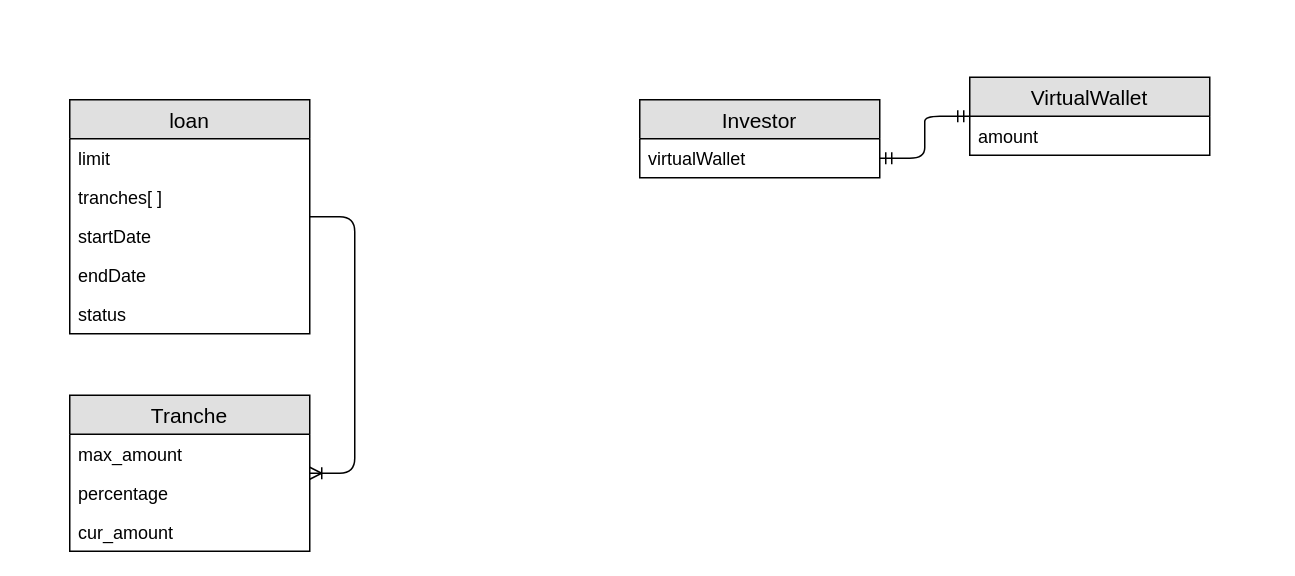
DGoncharovAim/leadInvest keeps this draw.io diagram as Classes diagrams from .drawio. Above is the earlier version. Source tidied: cells renumbered, new cells numbered last; positions are measured from the earlier drawing's top-left corner, leaving out a move shared by most shapes. Both pictures are drawn from the tidied source at 150%, with x=0, y=0 at pixel (69, 76).
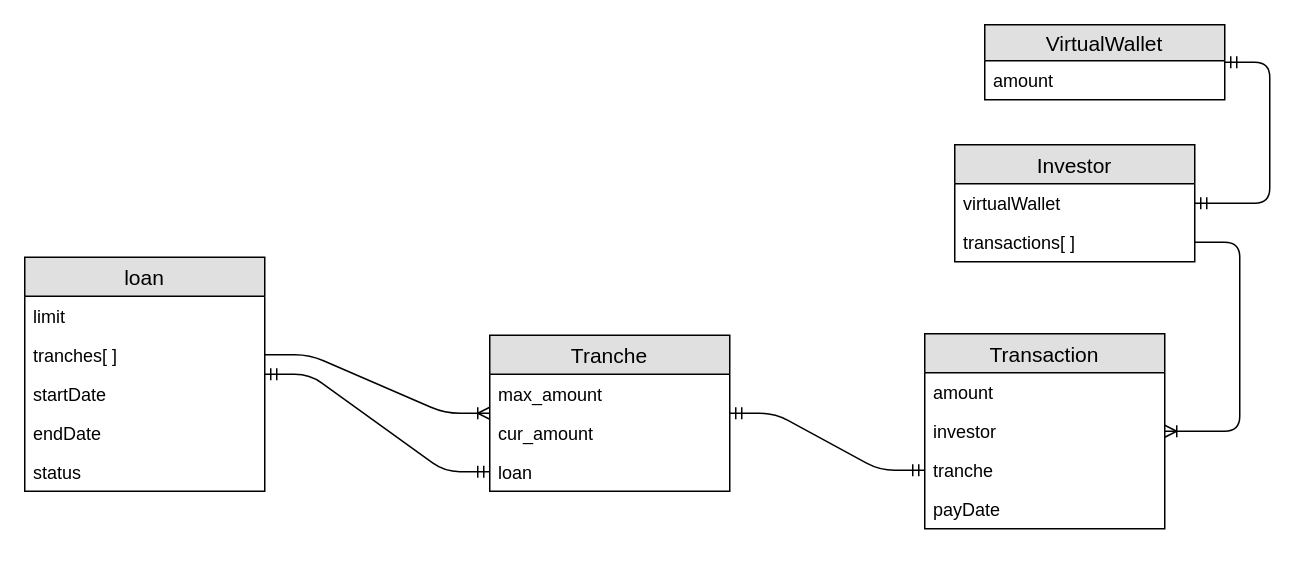
After the change.

Commit message (it also covers changes not shown here):
Add payment methods for tranche

Unchanged cells that the change refers to:
```xml
<mxCell id="4" value="tranches[ ]" style="text;strokeColor=none;fillColor=none;spacingLeft=4;spacingRight=4;overflow=hidden;points=[[0,0.5],[1,0.5]];portConstraint=eastwest;fontSize=12;" parent="2" vertex="1">
  <mxGeometry y="52" width="160" height="26" as="geometry" />
</mxCell>
```

The edit, as a diff of the source:
```diff
@@
     <mxCell id="2" value="loan" style="swimlane;fontStyle=0;horizontal=1;startSize=26;fillColor=#e0e0e0;swimlaneFillColor=#ffffff;align=center;fontSize=14;" parent="1" vertex="1">
-      <mxGeometry y="15" width="160" height="156" as="geometry" />
+      <mxGeometry x="-30" y="120" width="160" height="156" as="geometry" />
     </mxCell>
@@
     <mxCell id="8" value="Investor" style="swimlane;fontStyle=0;horizontal=1;startSize=26;fillColor=#e0e0e0;swimlaneFillColor=#ffffff;align=center;fontSize=14;" parent="1" vertex="1">
-      <mxGeometry x="380" y="15" width="160" height="52" as="geometry" />
+      <mxGeometry x="590" y="45" width="160" height="78" as="geometry" />
     </mxCell>
@@
+    <mxCell id="12" value="transactions[ ]" style="text;strokeColor=none;fillColor=none;spacingLeft=4;spacingRight=4;overflow=hidden;points=[[0,0.5],[1,0.5]];portConstraint=eastwest;fontSize=12;" parent="8" vertex="1">
+      <mxGeometry y="52" width="160" height="26" as="geometry" />
+    </mxCell>
     <mxCell id="10" value="Tranche" style="swimlane;fontStyle=0;horizontal=1;startSize=26;fillColor=#e0e0e0;swimlaneFillColor=#ffffff;align=center;fontSize=14;" parent="1" vertex="1">
-      <mxGeometry y="212" width="160" height="104" as="geometry" />
+      <mxGeometry x="280" y="172" width="160" height="104" as="geometry" />
     </mxCell>
@@
-    <mxCell id="12" value="percentage" style="text;strokeColor=none;fillColor=none;spacingLeft=4;spacingRight=4;overflow=hidden;points=[[0,0.5],[1,0.5]];portConstraint=eastwest;fontSize=12;" parent="10" vertex="1">
-      <mxGeometry y="52" width="160" height="26" as="geometry" />
-    </mxCell>
     <mxCell id="13" value="cur_amount" style="text;strokeColor=none;fillColor=none;spacingLeft=4;spacingRight=4;overflow=hidden;fontSize=12;" parent="10" vertex="1">
-      <mxGeometry y="78" width="160" height="26" as="geometry" />
+      <mxGeometry y="52" width="160" height="26" as="geometry" />
     </mxCell>
+    <mxCell id="18" value="loan" style="text;strokeColor=none;fillColor=none;spacingLeft=4;spacingRight=4;overflow=hidden;points=[[0,0.5],[1,0.5]];portConstraint=eastwest;fontSize=12;" parent="10" vertex="1">
+      <mxGeometry y="78" width="160" height="26" as="geometry" />
+    </mxCell>
-    <mxCell id="14" value="VirtualWallet" style="swimlane;fontStyle=0;horizontal=1;startSize=26;fillColor=#e0e0e0;swimlaneFillColor=#ffffff;align=center;fontSize=14;" parent="1" vertex="1">
-      <mxGeometry x="600" width="160" height="52" as="geometry" />
+    <mxCell id="14" value="VirtualWallet" style="swimlane;fontStyle=0;horizontal=1;startSize=24;fillColor=#e0e0e0;swimlaneFillColor=#ffffff;align=center;fontSize=14;" parent="1" vertex="1">
+      <mxGeometry x="610" y="-35" width="160" height="50" as="geometry" />
     </mxCell>
     <mxCell id="15" value="amount" style="text;strokeColor=none;fillColor=none;spacingLeft=4;spacingRight=4;overflow=hidden;fontSize=12;" parent="14" vertex="1">
-      <mxGeometry y="26" width="160" height="26" as="geometry" />
+      <mxGeometry y="24" width="160" height="26" as="geometry" />
     </mxCell>
-    <mxCell id="16" style="edgeStyle=entityRelationEdgeStyle;fontSize=12;html=1;endArrow=ERoneToMany;" parent="1" edge="1" source="2" target="10">
+    <mxCell id="16" style="edgeStyle=entityRelationEdgeStyle;fontSize=12;html=1;endArrow=ERoneToMany;" parent="1" edge="1" source="4" target="10">
       <mxGeometry relative="1" as="geometry" />
     </mxCell>
@@
+    <mxCell id="19" style="edgeStyle=entityRelationEdgeStyle;fontSize=12;html=1;endArrow=ERoneToMany;" parent="1" edge="1" source="12" target="21">
+      <mxGeometry relative="1" as="geometry" />
+    </mxCell>
+    <mxCell id="20" style="edgeStyle=entityRelationEdgeStyle;fontSize=12;html=1;endArrow=ERmandOne;startArrow=ERmandOne;" parent="1" edge="1" source="18" target="2">
+      <mxGeometry relative="1" as="geometry" />
+    </mxCell>
+    <mxCell id="21" value="Transaction" style="swimlane;fontStyle=0;horizontal=1;startSize=26;fillColor=#e0e0e0;swimlaneFillColor=#ffffff;align=center;fontSize=14;" parent="1" vertex="1">
+      <mxGeometry x="570" y="171" width="160" height="130" as="geometry" />
+    </mxCell>
+    <mxCell id="22" value="amount" style="text;strokeColor=none;fillColor=none;spacingLeft=4;spacingRight=4;overflow=hidden;fontSize=12;" parent="21" vertex="1">
+      <mxGeometry y="26" width="160" height="26" as="geometry" />
+    </mxCell>
+    <mxCell id="23" value="investor" style="text;strokeColor=none;fillColor=none;spacingLeft=4;spacingRight=4;overflow=hidden;fontSize=12;" parent="21" vertex="1">
+      <mxGeometry y="52" width="160" height="26" as="geometry" />
+    </mxCell>
+    <mxCell id="24" value="tranche" style="text;strokeColor=none;fillColor=none;spacingLeft=4;spacingRight=4;overflow=hidden;points=[[0,0.5],[1,0.5]];portConstraint=eastwest;fontSize=12;" parent="21" vertex="1">
+      <mxGeometry y="78" width="160" height="26" as="geometry" />
+    </mxCell>
+    <mxCell id="25" value="payDate" style="text;strokeColor=none;fillColor=none;spacingLeft=4;spacingRight=4;overflow=hidden;fontSize=12;" parent="21" vertex="1">
+      <mxGeometry y="104" width="160" height="26" as="geometry" />
+    </mxCell>
+    <mxCell id="26" style="edgeStyle=entityRelationEdgeStyle;fontSize=12;html=1;endArrow=ERmandOne;startArrow=ERmandOne;" parent="1" edge="1" source="24" target="10">
+      <mxGeometry relative="1" as="geometry" />
+    </mxCell>
```
